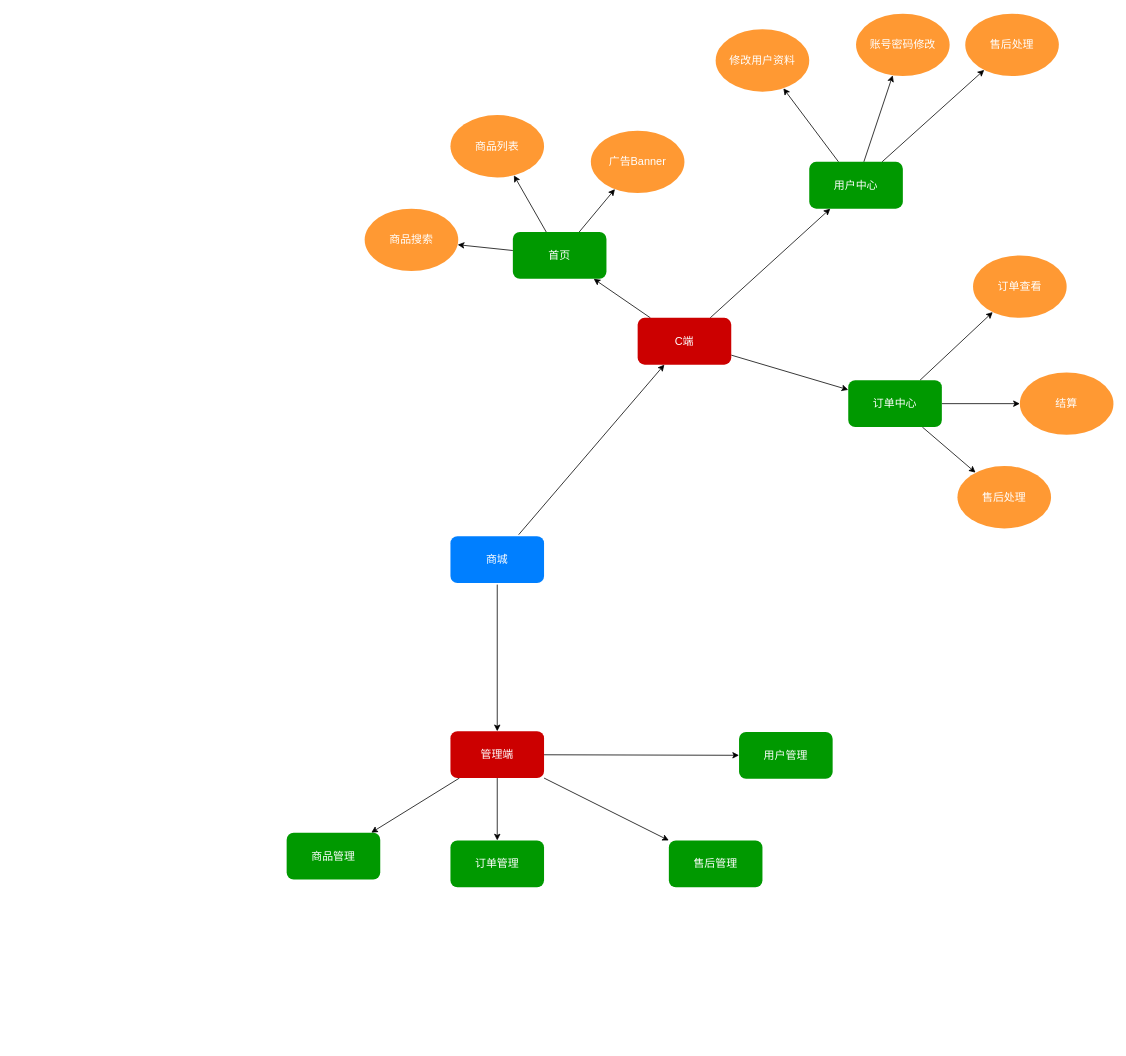
This is 产品功能.drawio from kuangziyang/shop-design, a draw.io file, before an edit. Source tidied: cells renumbered, new cells numbered last; positions are measured from the earlier drawing's top-left corner, leaving out a move shared by most shapes. Both pictures are drawn from the tidied source at 78%, with x=0, y=0 at pixel (286, 13).
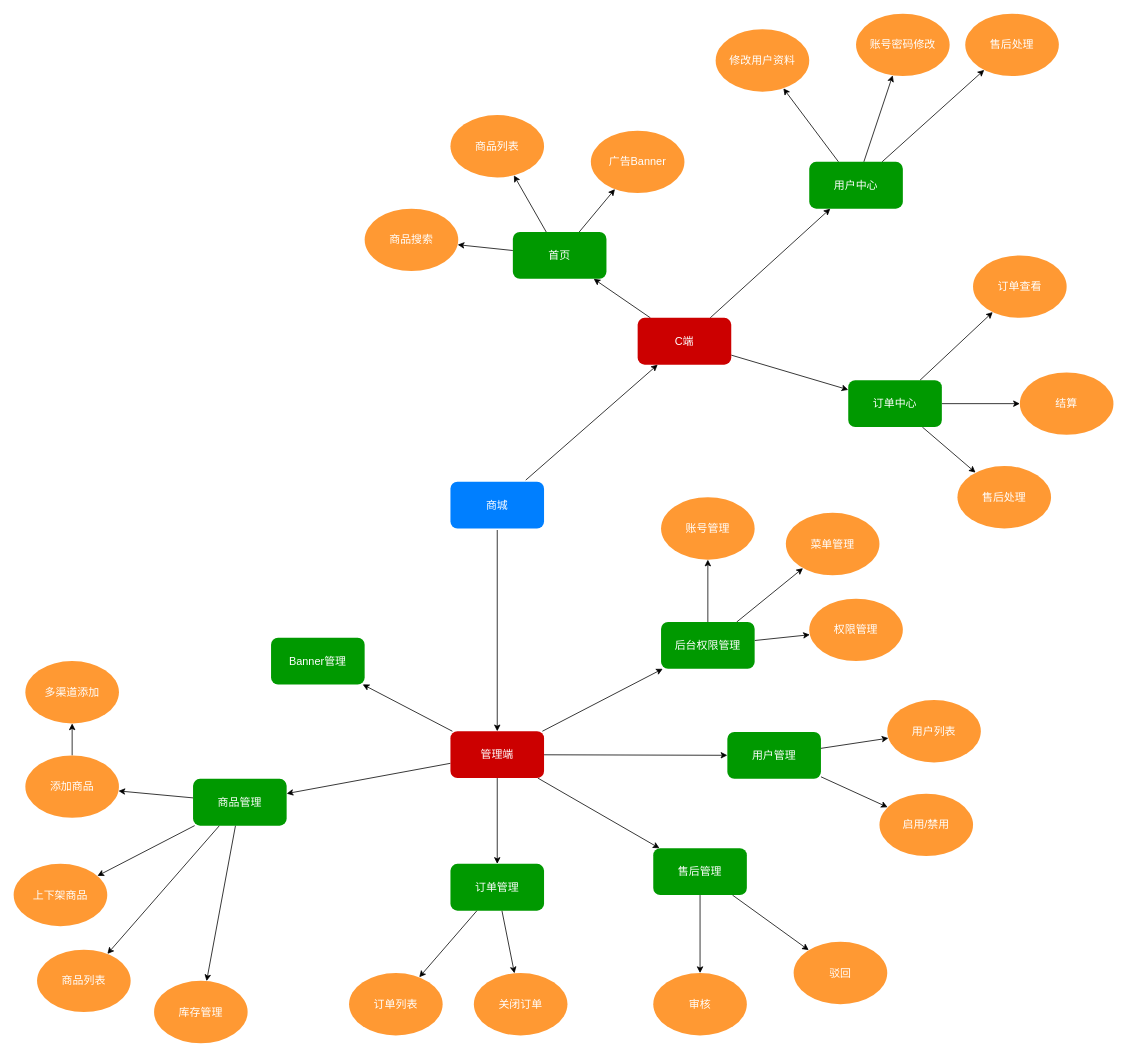
After the change.

Commit message:
更新产品功能.drawio

Unchanged cells that the change refers to:
```xml
<mxCell id="13" value="管理端" style="whiteSpace=wrap;html=1;rounded=1;fontSize=14;fontColor=#FFFFFF;strokeColor=none;strokeWidth=3;fillColor=#CC0000;" parent="1" vertex="1">
  <mxGeometry x="210" y="920" width="120" height="60" as="geometry" />
</mxCell>
```

What changed in the source:
```diff
@@
     <mxCell id="4" value="商城" style="rounded=1;whiteSpace=wrap;html=1;strokeColor=none;strokeWidth=3;perimeterSpacing=2;fontSize=14;fontColor=#FFFFFF;fillColor=#007FFF;" parent="1" vertex="1">
-      <mxGeometry x="210" y="670" width="120" height="60" as="geometry" />
+      <mxGeometry x="210" y="600" width="120" height="60" as="geometry" />
     </mxCell>
@@
+    <mxCell id="39" style="edgeStyle=none;rounded=0;jettySize=auto;html=1;" parent="1" edge="1" source="13" target="56">
+      <mxGeometry relative="1" as="geometry" />
+    </mxCell>
+    <mxCell id="40" style="edgeStyle=none;rounded=0;jettySize=auto;html=1;" parent="1" edge="1" source="13" target="67">
+      <mxGeometry relative="1" as="geometry" />
+    </mxCell>
@@
+    <mxCell id="41" style="rounded=0;jettySize=auto;html=1;" parent="1" edge="1" source="35" target="52">
+      <mxGeometry relative="1" as="geometry" />
+    </mxCell>
+    <mxCell id="42" style="rounded=0;jettySize=auto;html=1;" parent="1" edge="1" source="35" target="54">
+      <mxGeometry relative="1" as="geometry" />
+    </mxCell>
+    <mxCell id="43" style="edgeStyle=none;rounded=0;jettySize=auto;html=1;" parent="1" edge="1" source="35" target="55">
+      <mxGeometry relative="1" as="geometry" />
+    </mxCell>
+    <mxCell id="44" style="edgeStyle=none;rounded=0;jettySize=auto;html=1;" parent="1" edge="1" source="35" target="58">
+      <mxGeometry relative="1" as="geometry" />
+    </mxCell>
     <mxCell id="35" value="商品管理" style="whiteSpace=wrap;html=1;rounded=1;fontSize=14;fontColor=#FFFFFF;strokeColor=none;strokeWidth=3;fillColor=#009900;" parent="1" vertex="1">
-      <mxGeometry y="1050" width="120" height="60" as="geometry" />
+      <mxGeometry x="-120" y="981" width="120" height="60" as="geometry" />
     </mxCell>
+    <mxCell id="45" style="edgeStyle=none;rounded=0;jettySize=auto;html=1;" parent="1" edge="1" source="36" target="60">
+      <mxGeometry relative="1" as="geometry" />
+    </mxCell>
+    <mxCell id="46" style="edgeStyle=none;rounded=0;jettySize=auto;html=1;" parent="1" edge="1" source="36" target="61">
+      <mxGeometry relative="1" as="geometry" />
+    </mxCell>
     <mxCell id="36" value="售后管理" style="whiteSpace=wrap;html=1;rounded=1;fontSize=14;fontColor=#FFFFFF;strokeColor=none;strokeWidth=3;fillColor=#009900;" parent="1" vertex="1">
-      <mxGeometry x="490" y="1060" width="120" height="60" as="geometry" />
+      <mxGeometry x="470" y="1070" width="120" height="60" as="geometry" />
     </mxCell>
+    <mxCell id="47" style="edgeStyle=none;rounded=0;jettySize=auto;html=1;" parent="1" edge="1" source="37" target="62">
+      <mxGeometry relative="1" as="geometry" />
+    </mxCell>
+    <mxCell id="48" style="edgeStyle=none;rounded=0;jettySize=auto;html=1;" parent="1" edge="1" source="37" target="63">
+      <mxGeometry relative="1" as="geometry" />
+    </mxCell>
     <mxCell id="37" value="用户管理" style="whiteSpace=wrap;html=1;rounded=1;fontSize=14;fontColor=#FFFFFF;strokeColor=none;strokeWidth=3;fillColor=#009900;" parent="1" vertex="1">
-      <mxGeometry x="580" y="921" width="120" height="60" as="geometry" />
+      <mxGeometry x="565" y="921" width="120" height="60" as="geometry" />
     </mxCell>
+    <mxCell id="49" style="edgeStyle=none;rounded=0;jettySize=auto;html=1;" parent="1" edge="1" source="38" target="57">
+      <mxGeometry relative="1" as="geometry" />
+    </mxCell>
+    <mxCell id="50" style="edgeStyle=none;rounded=0;jettySize=auto;html=1;" parent="1" edge="1" source="38" target="59">
+      <mxGeometry relative="1" as="geometry" />
+    </mxCell>
     <mxCell id="38" value="订单管理" style="whiteSpace=wrap;html=1;rounded=1;fontSize=14;fontColor=#FFFFFF;strokeColor=none;strokeWidth=3;fillColor=#009900;" parent="1" vertex="1">
-      <mxGeometry x="210" y="1060" width="120" height="60" as="geometry" />
+      <mxGeometry x="210" y="1090" width="120" height="60" as="geometry" />
     </mxCell>
+    <mxCell id="51" style="rounded=0;jettySize=auto;html=1;" parent="1" edge="1" source="52" target="53">
+      <mxGeometry relative="1" as="geometry" />
+    </mxCell>
+    <mxCell id="52" value="添加商品" style="ellipse;whiteSpace=wrap;html=1;rounded=1;fontSize=14;fontColor=#FFFFFF;strokeColor=none;strokeWidth=3;fillColor=#FF9933;" parent="1" vertex="1">
+      <mxGeometry x="-335" y="951" width="120" height="80" as="geometry" />
+    </mxCell>
+    <mxCell id="53" value="多渠道添加" style="ellipse;whiteSpace=wrap;html=1;rounded=1;fontSize=14;fontColor=#FFFFFF;strokeColor=none;strokeWidth=3;fillColor=#FF9933;" parent="1" vertex="1">
+      <mxGeometry x="-335" y="830" width="120" height="80" as="geometry" />
+    </mxCell>
+    <mxCell id="54" value="上下架商品" style="ellipse;whiteSpace=wrap;html=1;rounded=1;fontSize=14;fontColor=#FFFFFF;strokeColor=none;strokeWidth=3;fillColor=#FF9933;" parent="1" vertex="1">
+      <mxGeometry x="-350" y="1090" width="120" height="80" as="geometry" />
+    </mxCell>
+    <mxCell id="55" value="商品列表" style="ellipse;whiteSpace=wrap;html=1;rounded=1;fontSize=14;fontColor=#FFFFFF;strokeColor=none;strokeWidth=3;fillColor=#FF9933;" parent="1" vertex="1">
+      <mxGeometry x="-320" y="1200" width="120" height="80" as="geometry" />
+    </mxCell>
+    <mxCell id="56" value="Banner管理" style="whiteSpace=wrap;html=1;rounded=1;fontSize=14;fontColor=#FFFFFF;strokeColor=none;strokeWidth=3;fillColor=#009900;" parent="1" vertex="1">
+      <mxGeometry x="-20" y="800" width="120" height="60" as="geometry" />
+    </mxCell>
+    <mxCell id="57" value="订单列表" style="ellipse;whiteSpace=wrap;html=1;rounded=1;fontSize=14;fontColor=#FFFFFF;strokeColor=none;strokeWidth=3;fillColor=#FF9933;" parent="1" vertex="1">
+      <mxGeometry x="80" y="1230" width="120" height="80" as="geometry" />
+    </mxCell>
+    <mxCell id="58" value="库存管理" style="ellipse;whiteSpace=wrap;html=1;rounded=1;fontSize=14;fontColor=#FFFFFF;strokeColor=none;strokeWidth=3;fillColor=#FF9933;" parent="1" vertex="1">
+      <mxGeometry x="-170" y="1240" width="120" height="80" as="geometry" />
+    </mxCell>
+    <mxCell id="59" value="关闭订单" style="ellipse;whiteSpace=wrap;html=1;rounded=1;fontSize=14;fontColor=#FFFFFF;strokeColor=none;strokeWidth=3;fillColor=#FF9933;" parent="1" vertex="1">
+      <mxGeometry x="240" y="1230" width="120" height="80" as="geometry" />
+    </mxCell>
+    <mxCell id="60" value="审核" style="ellipse;whiteSpace=wrap;html=1;rounded=1;fontSize=14;fontColor=#FFFFFF;strokeColor=none;strokeWidth=3;fillColor=#FF9933;" parent="1" vertex="1">
+      <mxGeometry x="470" y="1230" width="120" height="80" as="geometry" />
+    </mxCell>
+    <mxCell id="61" value="驳回" style="ellipse;whiteSpace=wrap;html=1;rounded=1;fontSize=14;fontColor=#FFFFFF;strokeColor=none;strokeWidth=3;fillColor=#FF9933;" parent="1" vertex="1">
+      <mxGeometry x="650" y="1190" width="120" height="80" as="geometry" />
+    </mxCell>
+    <mxCell id="62" value="用户列表" style="ellipse;whiteSpace=wrap;html=1;rounded=1;fontSize=14;fontColor=#FFFFFF;strokeColor=none;strokeWidth=3;fillColor=#FF9933;" parent="1" vertex="1">
+      <mxGeometry x="770" y="880" width="120" height="80" as="geometry" />
+    </mxCell>
+    <mxCell id="63" value="启用/禁用" style="ellipse;whiteSpace=wrap;html=1;rounded=1;fontSize=14;fontColor=#FFFFFF;strokeColor=none;strokeWidth=3;fillColor=#FF9933;" parent="1" vertex="1">
+      <mxGeometry x="760" y="1000" width="120" height="80" as="geometry" />
+    </mxCell>
+    <mxCell id="64" style="edgeStyle=none;rounded=0;jettySize=auto;html=1;" parent="1" edge="1" source="67" target="68">
+      <mxGeometry relative="1" as="geometry" />
+    </mxCell>
+    <mxCell id="65" style="edgeStyle=none;rounded=0;jettySize=auto;html=1;" parent="1" edge="1" source="67" target="69">
+      <mxGeometry relative="1" as="geometry" />
+    </mxCell>
+    <mxCell id="66" style="edgeStyle=none;rounded=0;jettySize=auto;html=1;" parent="1" edge="1" source="67" target="70">
+      <mxGeometry relative="1" as="geometry" />
+    </mxCell>
+    <mxCell id="67" value="后台权限管理" style="whiteSpace=wrap;html=1;rounded=1;fontSize=14;fontColor=#FFFFFF;strokeColor=none;strokeWidth=3;fillColor=#009900;" parent="1" vertex="1">
+      <mxGeometry x="480" y="780" width="120" height="60" as="geometry" />
+    </mxCell>
+    <mxCell id="68" value="账号管理" style="ellipse;whiteSpace=wrap;html=1;rounded=1;fontSize=14;fontColor=#FFFFFF;strokeColor=none;strokeWidth=3;fillColor=#FF9933;" parent="1" vertex="1">
+      <mxGeometry x="480" y="620" width="120" height="80" as="geometry" />
+    </mxCell>
+    <mxCell id="69" value="菜单管理" style="ellipse;whiteSpace=wrap;html=1;rounded=1;fontSize=14;fontColor=#FFFFFF;strokeColor=none;strokeWidth=3;fillColor=#FF9933;" parent="1" vertex="1">
+      <mxGeometry x="640" y="640" width="120" height="80" as="geometry" />
+    </mxCell>
+    <mxCell id="70" value="权限管理" style="ellipse;whiteSpace=wrap;html=1;rounded=1;fontSize=14;fontColor=#FFFFFF;strokeColor=none;strokeWidth=3;fillColor=#FF9933;" parent="1" vertex="1">
+      <mxGeometry x="670" y="750" width="120" height="80" as="geometry" />
+    </mxCell>
```
